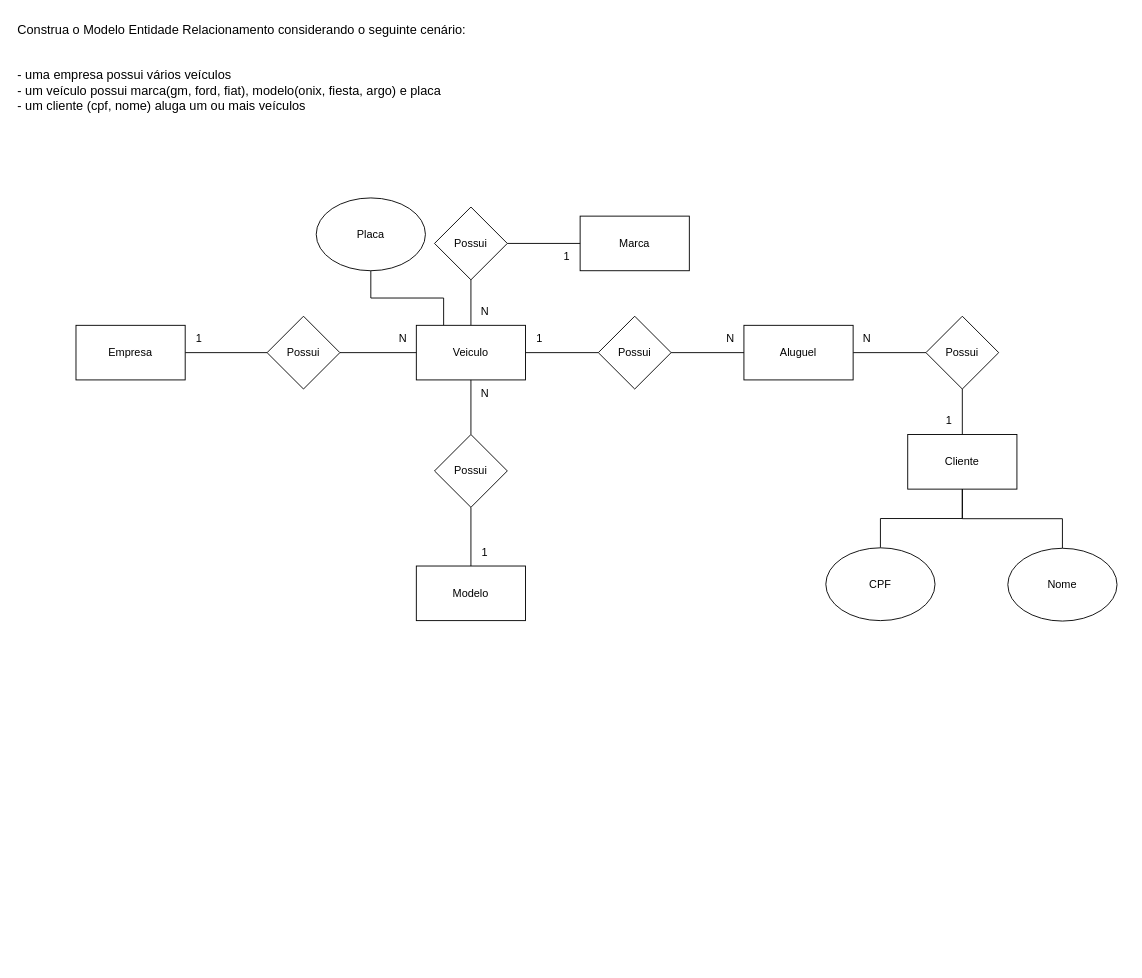
The draw.io diagram 1.2.drawio in wolf-muuh/atividade-diagramas, before the edit. Source tidied: cells renumbered, new cells numbered last; positions are measured from the earlier drawing's top-left corner, leaving out a move shared by most shapes. Both pictures are drawn from the tidied source at 91%, with x=0, y=0 at pixel (15, 15).
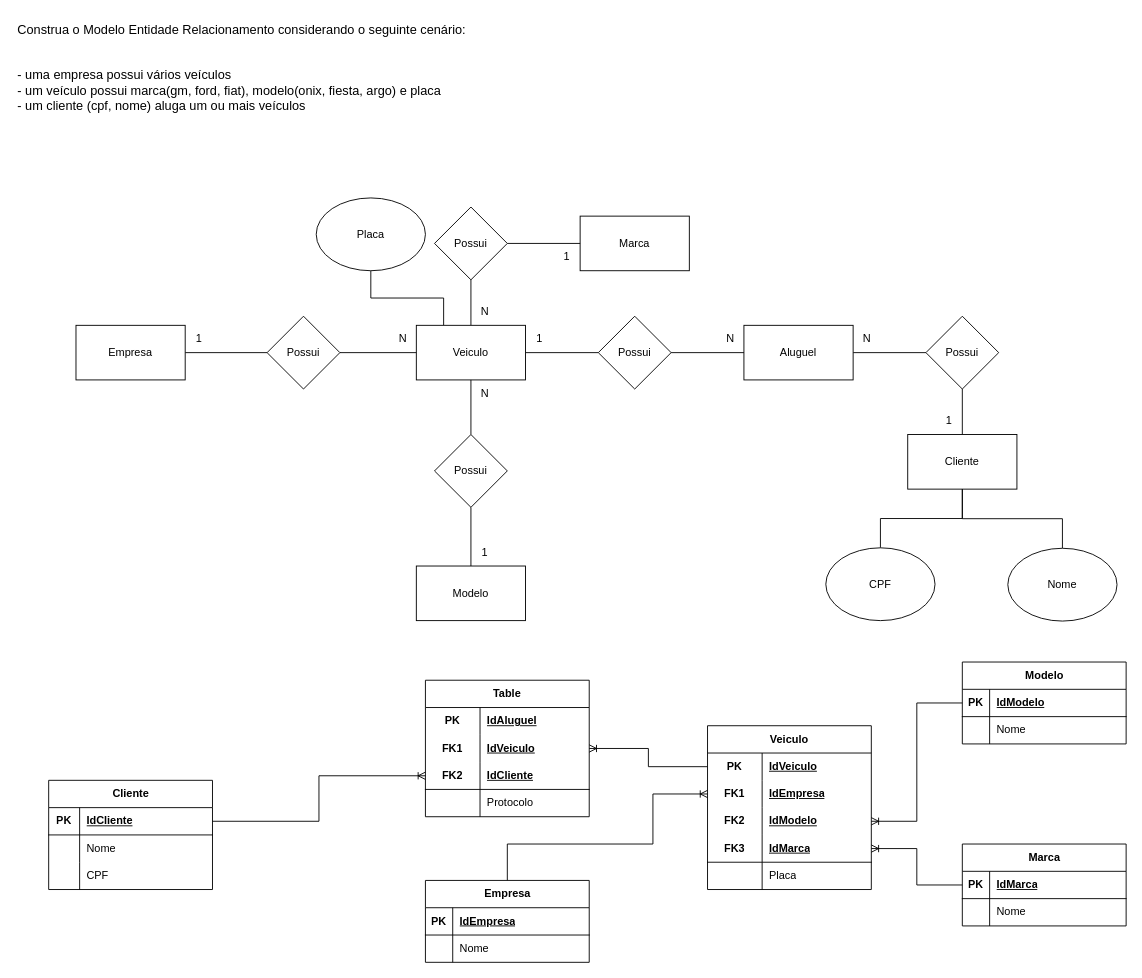
After the change.

Change to the diagram source:
```diff
@@
+    <mxCell id="40" value="Cliente" style="shape=table;startSize=30;childLayout=tableLayout;rowLines=0;fontStyle=1;align=center;html=1;" parent="1" vertex="1">
+      <mxGeometry x="36" y="840" width="180" height="120" as="geometry" />
+    </mxCell>
+    <mxCell id="41" style="shape=tableRow;horizontal=0;startSize=0;swimlaneHead=0;swimlaneBody=0;fillColor=none;points=[[0,0.5],[1,0.5]];portConstraint=eastwest;top=0;left=0;right=0;bottom=1;" parent="40" vertex="1">
+      <mxGeometry y="30" width="180" height="30" as="geometry" />
+    </mxCell>
+    <mxCell id="42" value="PK" style="shape=partialRectangle;fillColor=none;top=0;left=0;bottom=0;right=0;fontStyle=1;overflow=hidden;whiteSpace=wrap;html=1;" parent="41" vertex="1">
+      <mxGeometry width="34" height="30" as="geometry" />
+    </mxCell>
+    <mxCell id="43" value="IdCliente" style="shape=partialRectangle;fillColor=none;top=0;left=0;bottom=0;right=0;align=left;spacingLeft=6;fontStyle=5;overflow=hidden;whiteSpace=wrap;html=1;" parent="41" vertex="1">
+      <mxGeometry x="34" width="146" height="30" as="geometry" />
+    </mxCell>
+    <mxCell id="44" style="shape=tableRow;horizontal=0;startSize=0;swimlaneHead=0;swimlaneBody=0;fillColor=none;top=0;left=0;right=0;bottom=0;" parent="40" vertex="1">
+      <mxGeometry y="60" width="180" height="30" as="geometry" />
+    </mxCell>
+    <mxCell id="45" style="shape=partialRectangle;fillColor=none;top=0;left=0;bottom=0;right=0;overflow=hidden;whiteSpace=wrap;html=1;" parent="44" vertex="1">
+      <mxGeometry width="34" height="30" as="geometry" />
+    </mxCell>
+    <mxCell id="46" value="Nome" style="shape=partialRectangle;fillColor=none;top=0;left=0;bottom=0;right=0;align=left;spacingLeft=6;overflow=hidden;whiteSpace=wrap;html=1;" parent="44" vertex="1">
+      <mxGeometry x="34" width="146" height="30" as="geometry" />
+    </mxCell>
+    <mxCell id="47" style="shape=tableRow;horizontal=0;startSize=0;swimlaneHead=0;swimlaneBody=0;fillColor=none;top=0;left=0;right=0;bottom=0;" parent="40" vertex="1">
+      <mxGeometry y="90" width="180" height="30" as="geometry" />
+    </mxCell>
+    <mxCell id="48" style="shape=partialRectangle;fillColor=none;top=0;left=0;bottom=0;right=0;overflow=hidden;whiteSpace=wrap;html=1;" parent="47" vertex="1">
+      <mxGeometry width="34" height="30" as="geometry" />
+    </mxCell>
+    <mxCell id="49" value="CPF" style="shape=partialRectangle;fillColor=none;top=0;left=0;bottom=0;right=0;align=left;spacingLeft=6;overflow=hidden;whiteSpace=wrap;html=1;" parent="47" vertex="1">
+      <mxGeometry x="34" width="146" height="30" as="geometry" />
+    </mxCell>
+    <mxCell id="50" value="Table" style="shape=table;startSize=30;childLayout=tableLayout;rowLines=0;fontStyle=1;align=center;html=1;whiteSpace=wrap;" parent="1" vertex="1">
+      <mxGeometry x="450" y="730" width="180" height="150" as="geometry" />
+    </mxCell>
+    <mxCell id="51" style="shape=tableRow;horizontal=0;startSize=0;swimlaneHead=0;swimlaneBody=0;fillColor=none;top=0;left=0;right=0;bottom=0;html=1;" parent="50" vertex="1">
+      <mxGeometry y="30" width="180" height="30" as="geometry" />
+    </mxCell>
+    <mxCell id="52" value="PK" style="shape=partialRectangle;fillColor=none;top=0;left=0;bottom=0;right=0;fontStyle=1;overflow=hidden;html=1;whiteSpace=wrap;" parent="51" vertex="1">
+      <mxGeometry width="60" height="30" as="geometry" />
+    </mxCell>
+    <mxCell id="53" value="IdAluguel" style="shape=partialRectangle;fillColor=none;top=0;left=0;bottom=0;right=0;align=left;spacingLeft=6;fontStyle=5;overflow=hidden;html=1;whiteSpace=wrap;" parent="51" vertex="1">
+      <mxGeometry x="60" width="120" height="30" as="geometry" />
+    </mxCell>
+    <mxCell id="54" style="shape=tableRow;horizontal=0;startSize=0;swimlaneHead=0;swimlaneBody=0;fillColor=none;points=[[0,0.5],[1,0.5]];portConstraint=eastwest;top=0;left=0;right=0;bottom=0;html=1;" parent="50" vertex="1">
+      <mxGeometry y="60" width="180" height="30" as="geometry" />
+    </mxCell>
+    <mxCell id="55" value="FK1" style="shape=partialRectangle;fillColor=none;top=0;left=0;bottom=0;right=0;fontStyle=1;overflow=hidden;html=1;whiteSpace=wrap;" parent="54" vertex="1">
+      <mxGeometry width="60" height="30" as="geometry" />
+    </mxCell>
+    <mxCell id="56" value="IdVeiculo" style="shape=partialRectangle;fillColor=none;top=0;left=0;bottom=0;right=0;align=left;spacingLeft=6;fontStyle=5;overflow=hidden;html=1;whiteSpace=wrap;" parent="54" vertex="1">
+      <mxGeometry x="60" width="120" height="30" as="geometry" />
+    </mxCell>
+    <mxCell id="57" style="shape=tableRow;horizontal=0;startSize=0;swimlaneHead=0;swimlaneBody=0;fillColor=none;points=[[0,0.5],[1,0.5]];portConstraint=eastwest;top=0;left=0;right=0;bottom=1;html=1;" parent="50" vertex="1">
+      <mxGeometry y="90" width="180" height="30" as="geometry" />
+    </mxCell>
+    <mxCell id="58" value="FK2" style="shape=partialRectangle;fillColor=none;top=0;left=0;bottom=0;right=0;fontStyle=1;overflow=hidden;html=1;whiteSpace=wrap;" parent="57" vertex="1">
+      <mxGeometry width="60" height="30" as="geometry" />
+    </mxCell>
+    <mxCell id="59" value="IdCliente" style="shape=partialRectangle;fillColor=none;top=0;left=0;bottom=0;right=0;align=left;spacingLeft=6;fontStyle=5;overflow=hidden;html=1;whiteSpace=wrap;" parent="57" vertex="1">
+      <mxGeometry x="60" width="120" height="30" as="geometry" />
+    </mxCell>
+    <mxCell id="60" style="shape=tableRow;horizontal=0;startSize=0;swimlaneHead=0;swimlaneBody=0;fillColor=none;top=0;left=0;right=0;bottom=0;html=1;" parent="50" vertex="1">
+      <mxGeometry y="120" width="180" height="30" as="geometry" />
+    </mxCell>
+    <mxCell id="61" style="shape=partialRectangle;fillColor=none;top=0;left=0;bottom=0;right=0;overflow=hidden;html=1;whiteSpace=wrap;" parent="60" vertex="1">
+      <mxGeometry width="60" height="30" as="geometry" />
+    </mxCell>
+    <mxCell id="62" value="Protocolo" style="shape=partialRectangle;fillColor=none;top=0;left=0;bottom=0;right=0;align=left;spacingLeft=6;overflow=hidden;html=1;whiteSpace=wrap;" parent="60" vertex="1">
+      <mxGeometry x="60" width="120" height="30" as="geometry" />
+    </mxCell>
+    <mxCell id="63" style="edgeStyle=elbowEdgeStyle;rounded=0;jettySize=auto;html=1;entryX=0;entryY=0.5;entryDx=0;entryDy=0;endArrow=ERoneToMany;endFill=0;" parent="1" edge="1" source="41" target="57">
+      <mxGeometry relative="1" as="geometry" />
+    </mxCell>
+    <mxCell id="64" style="edgeStyle=orthogonalEdgeStyle;rounded=0;jettySize=auto;html=1;entryX=0;entryY=0.5;entryDx=0;entryDy=0;endArrow=ERoneToMany;endFill=0;" parent="1" edge="1" source="65" target="76">
+      <mxGeometry relative="1" as="geometry">
+        <Array as="points">
+          <mxPoint x="540" y="910" />
+          <mxPoint x="700" y="910" />
+          <mxPoint x="700" y="855" />
+        </Array>
+      </mxGeometry>
+    </mxCell>
+    <mxCell id="65" value="Empresa" style="shape=table;startSize=30;childLayout=tableLayout;rowLines=0;fontStyle=1;align=center;html=1;" parent="1" vertex="1">
+      <mxGeometry x="450" y="950" width="180" height="90" as="geometry" />
+    </mxCell>
+    <mxCell id="66" style="shape=tableRow;horizontal=0;startSize=0;swimlaneHead=0;swimlaneBody=0;fillColor=none;top=0;left=0;right=0;bottom=1;" parent="65" vertex="1">
+      <mxGeometry y="30" width="180" height="30" as="geometry" />
+    </mxCell>
+    <mxCell id="67" value="PK" style="shape=partialRectangle;fillColor=none;top=0;left=0;bottom=0;right=0;fontStyle=1;overflow=hidden;whiteSpace=wrap;html=1;" parent="66" vertex="1">
+      <mxGeometry width="30" height="30" as="geometry" />
+    </mxCell>
+    <mxCell id="68" value="IdEmpresa" style="shape=partialRectangle;fillColor=none;top=0;left=0;bottom=0;right=0;align=left;spacingLeft=6;fontStyle=5;overflow=hidden;whiteSpace=wrap;html=1;" parent="66" vertex="1">
+      <mxGeometry x="30" width="150" height="30" as="geometry" />
+    </mxCell>
+    <mxCell id="69" style="shape=tableRow;horizontal=0;startSize=0;swimlaneHead=0;swimlaneBody=0;fillColor=none;top=0;left=0;right=0;bottom=0;" parent="65" vertex="1">
+      <mxGeometry y="60" width="180" height="30" as="geometry" />
+    </mxCell>
+    <mxCell id="70" style="shape=partialRectangle;fillColor=none;top=0;left=0;bottom=0;right=0;overflow=hidden;whiteSpace=wrap;html=1;" parent="69" vertex="1">
+      <mxGeometry width="30" height="30" as="geometry" />
+    </mxCell>
+    <mxCell id="71" value="Nome" style="shape=partialRectangle;fillColor=none;top=0;left=0;bottom=0;right=0;align=left;spacingLeft=6;overflow=hidden;whiteSpace=wrap;html=1;" parent="69" vertex="1">
+      <mxGeometry x="30" width="150" height="30" as="geometry" />
+    </mxCell>
+    <mxCell id="72" value="Veiculo" style="shape=table;startSize=30;childLayout=tableLayout;rowLines=0;fontStyle=1;align=center;html=1;whiteSpace=wrap;" parent="1" vertex="1">
+      <mxGeometry x="760" y="780" width="180" height="180" as="geometry" />
+    </mxCell>
+    <mxCell id="73" style="shape=tableRow;horizontal=0;startSize=0;swimlaneHead=0;swimlaneBody=0;fillColor=none;points=[[0,0.5],[1,0.5]];portConstraint=eastwest;top=0;left=0;right=0;bottom=0;html=1;" parent="72" vertex="1">
+      <mxGeometry y="30" width="180" height="30" as="geometry" />
+    </mxCell>
+    <mxCell id="74" value="PK" style="shape=partialRectangle;fillColor=none;top=0;left=0;bottom=0;right=0;fontStyle=1;overflow=hidden;html=1;whiteSpace=wrap;" parent="73" vertex="1">
+      <mxGeometry width="60" height="30" as="geometry" />
+    </mxCell>
+    <mxCell id="75" value="IdVeiculo" style="shape=partialRectangle;fillColor=none;top=0;left=0;bottom=0;right=0;align=left;spacingLeft=6;fontStyle=5;overflow=hidden;html=1;whiteSpace=wrap;" parent="73" vertex="1">
+      <mxGeometry x="60" width="120" height="30" as="geometry" />
+    </mxCell>
+    <mxCell id="76" style="shape=tableRow;horizontal=0;startSize=0;swimlaneHead=0;swimlaneBody=0;fillColor=none;points=[[0,0.5],[1,0.5]];portConstraint=eastwest;top=0;left=0;right=0;bottom=0;html=1;" parent="72" vertex="1">
+      <mxGeometry y="60" width="180" height="30" as="geometry" />
+    </mxCell>
+    <mxCell id="77" value="FK1" style="shape=partialRectangle;fillColor=none;top=0;left=0;bottom=0;right=0;fontStyle=1;overflow=hidden;html=1;whiteSpace=wrap;" parent="76" vertex="1">
+      <mxGeometry width="60" height="30" as="geometry" />
+    </mxCell>
+    <mxCell id="78" value="IdEmpresa" style="shape=partialRectangle;fillColor=none;top=0;left=0;bottom=0;right=0;align=left;spacingLeft=6;fontStyle=5;overflow=hidden;html=1;whiteSpace=wrap;" parent="76" vertex="1">
+      <mxGeometry x="60" width="120" height="30" as="geometry" />
+    </mxCell>
+    <mxCell id="79" style="shape=tableRow;horizontal=0;startSize=0;swimlaneHead=0;swimlaneBody=0;fillColor=none;points=[[0,0.5],[1,0.5]];portConstraint=eastwest;top=0;left=0;right=0;bottom=0;html=1;" parent="72" vertex="1">
+      <mxGeometry y="90" width="180" height="30" as="geometry" />
+    </mxCell>
+    <mxCell id="80" value="FK2" style="shape=partialRectangle;fillColor=none;top=0;left=0;bottom=0;right=0;fontStyle=1;overflow=hidden;html=1;whiteSpace=wrap;" parent="79" vertex="1">
+      <mxGeometry width="60" height="30" as="geometry" />
+    </mxCell>
+    <mxCell id="81" value="IdModelo" style="shape=partialRectangle;fillColor=none;top=0;left=0;bottom=0;right=0;align=left;spacingLeft=6;fontStyle=5;overflow=hidden;html=1;whiteSpace=wrap;" parent="79" vertex="1">
+      <mxGeometry x="60" width="120" height="30" as="geometry" />
+    </mxCell>
+    <mxCell id="82" style="shape=tableRow;horizontal=0;startSize=0;swimlaneHead=0;swimlaneBody=0;fillColor=none;points=[[0,0.5],[1,0.5]];portConstraint=eastwest;top=0;left=0;right=0;bottom=1;html=1;" parent="72" vertex="1">
+      <mxGeometry y="120" width="180" height="30" as="geometry" />
+    </mxCell>
+    <mxCell id="83" value="FK3" style="shape=partialRectangle;fillColor=none;top=0;left=0;bottom=0;right=0;fontStyle=1;overflow=hidden;html=1;whiteSpace=wrap;" parent="82" vertex="1">
+      <mxGeometry width="60" height="30" as="geometry" />
+    </mxCell>
+    <mxCell id="84" value="IdMarca" style="shape=partialRectangle;fillColor=none;top=0;left=0;bottom=0;right=0;align=left;spacingLeft=6;fontStyle=5;overflow=hidden;html=1;whiteSpace=wrap;" parent="82" vertex="1">
+      <mxGeometry x="60" width="120" height="30" as="geometry" />
+    </mxCell>
+    <mxCell id="85" style="shape=tableRow;horizontal=0;startSize=0;swimlaneHead=0;swimlaneBody=0;fillColor=none;top=0;left=0;right=0;bottom=0;html=1;" parent="72" vertex="1">
+      <mxGeometry y="150" width="180" height="30" as="geometry" />
+    </mxCell>
+    <mxCell id="86" style="shape=partialRectangle;fillColor=none;top=0;left=0;bottom=0;right=0;overflow=hidden;html=1;whiteSpace=wrap;" parent="85" vertex="1">
+      <mxGeometry width="60" height="30" as="geometry" />
+    </mxCell>
+    <mxCell id="87" value="Placa" style="shape=partialRectangle;fillColor=none;top=0;left=0;bottom=0;right=0;align=left;spacingLeft=6;overflow=hidden;html=1;whiteSpace=wrap;" parent="85" vertex="1">
+      <mxGeometry x="60" width="120" height="30" as="geometry" />
+    </mxCell>
+    <mxCell id="88" style="edgeStyle=orthogonalEdgeStyle;rounded=0;jettySize=auto;html=1;entryX=1;entryY=0.5;entryDx=0;entryDy=0;endArrow=ERoneToMany;endFill=0;" parent="1" edge="1" source="73" target="54">
+      <mxGeometry relative="1" as="geometry" />
+    </mxCell>
+    <mxCell id="89" value="Modelo" style="shape=table;startSize=30;childLayout=tableLayout;rowLines=0;fontStyle=1;align=center;html=1;" parent="1" vertex="1">
+      <mxGeometry x="1040" y="710" width="180" height="90" as="geometry" />
+    </mxCell>
+    <mxCell id="90" style="shape=tableRow;horizontal=0;startSize=0;swimlaneHead=0;swimlaneBody=0;fillColor=none;points=[[0,0.5],[1,0.5]];portConstraint=eastwest;top=0;left=0;right=0;bottom=1;" parent="89" vertex="1">
+      <mxGeometry y="30" width="180" height="30" as="geometry" />
+    </mxCell>
+    <mxCell id="91" value="PK" style="shape=partialRectangle;fillColor=none;top=0;left=0;bottom=0;right=0;fontStyle=1;overflow=hidden;whiteSpace=wrap;html=1;" parent="90" vertex="1">
+      <mxGeometry width="30" height="30" as="geometry" />
+    </mxCell>
+    <mxCell id="92" value="IdModelo" style="shape=partialRectangle;fillColor=none;top=0;left=0;bottom=0;right=0;align=left;spacingLeft=6;fontStyle=5;overflow=hidden;whiteSpace=wrap;html=1;" parent="90" vertex="1">
+      <mxGeometry x="30" width="150" height="30" as="geometry" />
+    </mxCell>
+    <mxCell id="93" style="shape=tableRow;horizontal=0;startSize=0;swimlaneHead=0;swimlaneBody=0;fillColor=none;top=0;left=0;right=0;bottom=0;" parent="89" vertex="1">
+      <mxGeometry y="60" width="180" height="30" as="geometry" />
+    </mxCell>
+    <mxCell id="94" style="shape=partialRectangle;fillColor=none;top=0;left=0;bottom=0;right=0;overflow=hidden;whiteSpace=wrap;html=1;" parent="93" vertex="1">
+      <mxGeometry width="30" height="30" as="geometry" />
+    </mxCell>
+    <mxCell id="95" value="Nome" style="shape=partialRectangle;fillColor=none;top=0;left=0;bottom=0;right=0;align=left;spacingLeft=6;overflow=hidden;whiteSpace=wrap;html=1;" parent="93" vertex="1">
+      <mxGeometry x="30" width="150" height="30" as="geometry" />
+    </mxCell>
+    <mxCell id="96" value="Marca" style="shape=table;startSize=30;childLayout=tableLayout;rowLines=0;fontStyle=1;align=center;html=1;" parent="1" vertex="1">
+      <mxGeometry x="1040" y="910" width="180" height="90" as="geometry" />
+    </mxCell>
+    <mxCell id="97" style="shape=tableRow;horizontal=0;startSize=0;swimlaneHead=0;swimlaneBody=0;fillColor=none;points=[[0,0.5],[1,0.5]];portConstraint=eastwest;top=0;left=0;right=0;bottom=1;" parent="96" vertex="1">
+      <mxGeometry y="30" width="180" height="30" as="geometry" />
+    </mxCell>
+    <mxCell id="98" value="PK" style="shape=partialRectangle;fillColor=none;top=0;left=0;bottom=0;right=0;fontStyle=1;overflow=hidden;whiteSpace=wrap;html=1;" parent="97" vertex="1">
+      <mxGeometry width="30" height="30" as="geometry" />
+    </mxCell>
+    <mxCell id="99" value="IdMarca" style="shape=partialRectangle;fillColor=none;top=0;left=0;bottom=0;right=0;align=left;spacingLeft=6;fontStyle=5;overflow=hidden;whiteSpace=wrap;html=1;" parent="97" vertex="1">
+      <mxGeometry x="30" width="150" height="30" as="geometry" />
+    </mxCell>
+    <mxCell id="100" style="shape=tableRow;horizontal=0;startSize=0;swimlaneHead=0;swimlaneBody=0;fillColor=none;top=0;left=0;right=0;bottom=0;" parent="96" vertex="1">
+      <mxGeometry y="60" width="180" height="30" as="geometry" />
+    </mxCell>
+    <mxCell id="101" style="shape=partialRectangle;fillColor=none;top=0;left=0;bottom=0;right=0;overflow=hidden;whiteSpace=wrap;html=1;" parent="100" vertex="1">
+      <mxGeometry width="30" height="30" as="geometry" />
+    </mxCell>
+    <mxCell id="102" value="Nome" style="shape=partialRectangle;fillColor=none;top=0;left=0;bottom=0;right=0;align=left;spacingLeft=6;overflow=hidden;whiteSpace=wrap;html=1;" parent="100" vertex="1">
+      <mxGeometry x="30" width="150" height="30" as="geometry" />
+    </mxCell>
+    <mxCell id="103" style="edgeStyle=orthogonalEdgeStyle;rounded=0;jettySize=auto;html=1;entryX=1;entryY=0.5;entryDx=0;entryDy=0;endArrow=ERoneToMany;endFill=0;" parent="1" edge="1" source="90" target="79">
+      <mxGeometry relative="1" as="geometry" />
+    </mxCell>
+    <mxCell id="104" style="edgeStyle=orthogonalEdgeStyle;rounded=0;jettySize=auto;html=1;entryX=1;entryY=0.5;entryDx=0;entryDy=0;endArrow=ERoneToMany;endFill=0;" parent="1" edge="1" source="97" target="82">
+      <mxGeometry relative="1" as="geometry" />
+    </mxCell>
```
